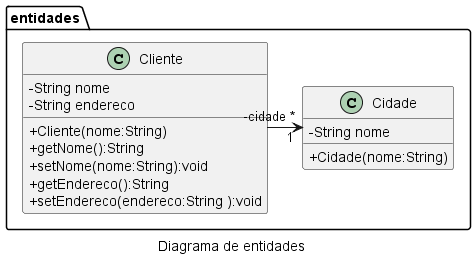
Above: diagramas/png/classes.png in waltercoan/fso-turmab-revoo (PlantUML), before the change.
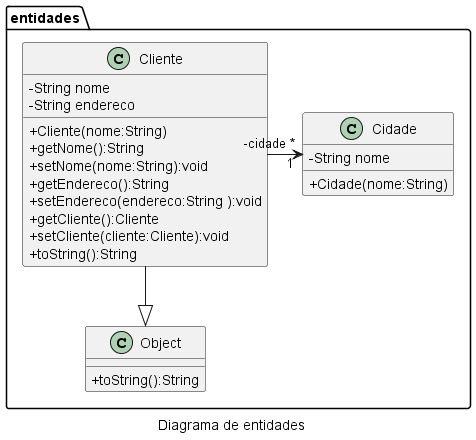
Later version of the same file.

What changed in the source:
```diff
@@ -10,11 +10,18 @@
         + setNome(nome:String):void
         + getEndereco():String
         + setEndereco(endereco:String ):void
+        + getCliente():Cliente
+        + setCliente(cliente:Cliente):void
+        + toString():String
     }
     class Cidade {
         - String nome
         + Cidade(nome:String)
     }
+    class Object {
+        + toString():String
+    }
     Cliente "-cidade *" -> "1" Cidade
+    Cliente --|>  Object
 }
 @enduml
```
